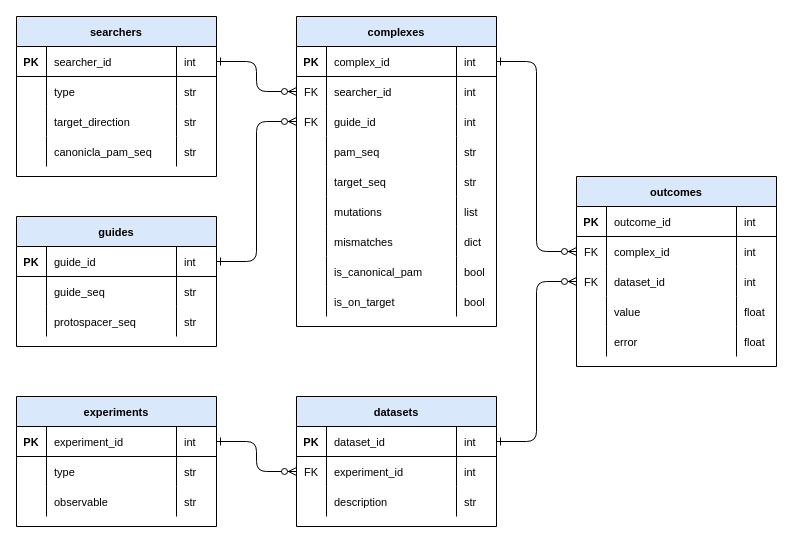
rortizmerino/crisprzip keeps this draw.io diagram as newmodel/database_structure.drawio. Above is the earlier version. Source tidied: cells renumbered, new cells numbered last; positions are measured from the earlier drawing's top-left corner, leaving out a move shared by most shapes. Both pictures are drawn from the tidied source at 100%, with x=0, y=0 at pixel (16, 16).
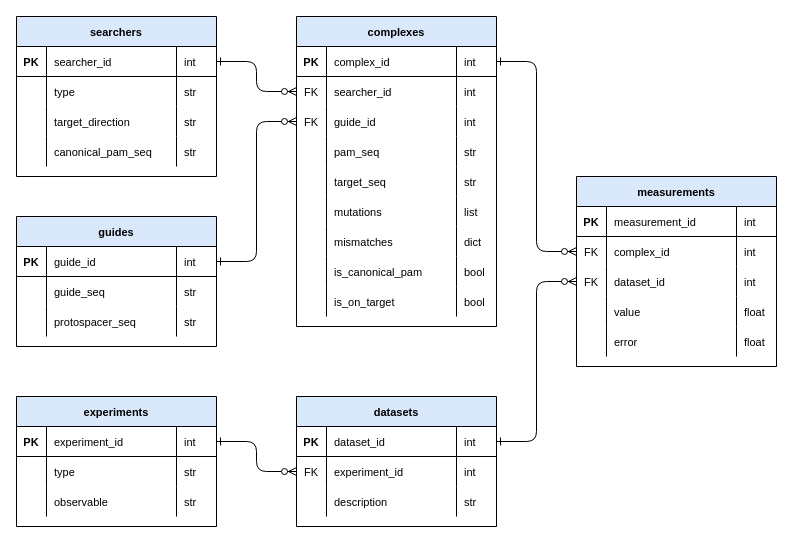
The same diagram, later.

The change refers to these unchanged cells:
```xml
<mxCell id="15" style="shape=partialRectangle;fillColor=none;top=0;left=0;right=0;bottom=0;fontSize=11;" parent="2" vertex="1">
  <mxGeometry y="120" width="200" height="30" as="geometry" />
</mxCell>
<mxCell id="99" style="shape=partialRectangle;fillColor=none;top=0;left=0;right=0;bottom=1;fontSize=11;" parent="98" vertex="1">
  <mxGeometry y="30" width="200" height="30" as="geometry" />
</mxCell>
```

What changed in the source:
```diff
@@
-    <mxCell id="17" value="canonicla_pam_seq" style="shape=partialRectangle;overflow=hidden;fillColor=none;top=0;left=0;bottom=0;right=0;align=left;spacingLeft=6;fontSize=11;" parent="15" vertex="1">
+    <mxCell id="17" value="canonical_pam_seq" style="shape=partialRectangle;overflow=hidden;fillColor=none;top=0;left=0;bottom=0;right=0;align=left;spacingLeft=6;fontSize=11;" parent="15" vertex="1">
       <mxGeometry x="30" width="130" height="30" as="geometry" />
     </mxCell>
@@
-    <mxCell id="98" value="outcomes" style="shape=table;startSize=30;childLayout=tableLayout;rowLines=0;fontStyle=1;align=center;fontSize=11;fillColor=#dae8fc;" parent="1" vertex="1">
+    <mxCell id="98" value="measurements" style="shape=table;startSize=30;childLayout=tableLayout;rowLines=0;fontStyle=1;align=center;fontSize=11;fillColor=#dae8fc;" parent="1" vertex="1">
       <mxGeometry x="560" y="160" width="200" height="190" as="geometry" />
     </mxCell>
@@
-    <mxCell id="101" value="outcome_id" style="shape=partialRectangle;overflow=hidden;fillColor=none;top=0;left=0;bottom=0;right=0;align=left;spacingLeft=6;fontStyle=0;fontSize=11;" parent="99" vertex="1">
+    <mxCell id="101" value="measurement_id" style="shape=partialRectangle;overflow=hidden;fillColor=none;top=0;left=0;bottom=0;right=0;align=left;spacingLeft=6;fontStyle=0;fontSize=11;" parent="99" vertex="1">
       <mxGeometry x="30" width="130" height="30" as="geometry" />
     </mxCell>
```
